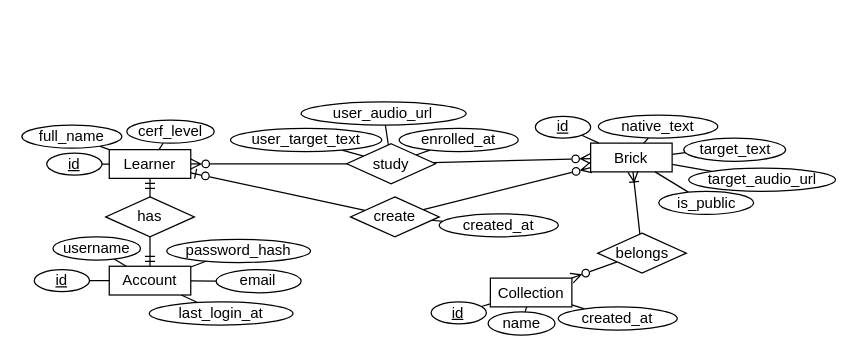
Above: database_design/erd_lisenare.drawio in hellophucnguyenhoang/lisenare (draw.io), before the change. Source tidied: cells renumbered, new cells numbered last; positions are measured from the earlier drawing's top-left corner, leaving out a move shared by most shapes. Both pictures are drawn from the tidied source at 125%, with x=0, y=0 at pixel (21, 101).
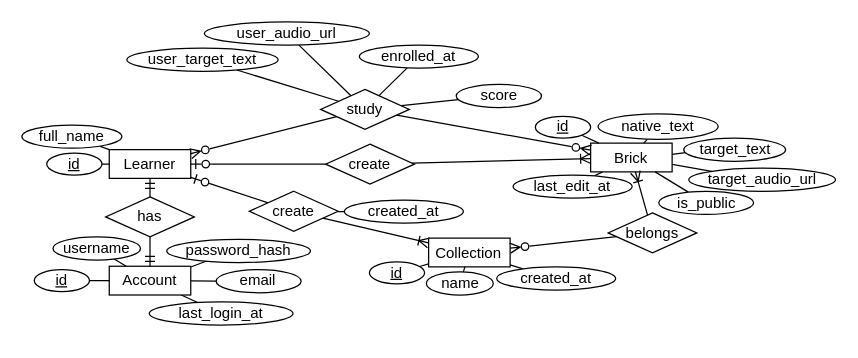
Above is the later version.

The change refers to these unchanged cells:
```xml
<mxCell id="2" value="Learner" style="whiteSpace=wrap;html=1;align=center;" parent="1" vertex="1">
  <mxGeometry x="69.9" y="38.2" width="65.2" height="23" as="geometry" />
</mxCell>
<mxCell id="9" value="Brick" style="whiteSpace=wrap;html=1;align=center;" parent="1" vertex="1">
  <mxGeometry x="455" y="33" width="65.2" height="23" as="geometry" />
</mxCell>
```

What changed in the source:
```diff
@@
-    <mxCell id="5" style="rounded=0;jettySize=auto;html=1;endArrow=none;endFill=0;" parent="1" edge="1" source="6" target="2">
-      <mxGeometry relative="1" as="geometry" />
-    </mxCell>
-    <mxCell id="6" value="cerf_level" style="ellipse;whiteSpace=wrap;html=1;align=center;" parent="1" vertex="1">
-      <mxGeometry x="83.9" y="14.5" width="70" height="18.5" as="geometry" />
-    </mxCell>
@@
+    <mxCell id="58" style="rounded=0;jettySize=auto;html=1;endArrow=none;endFill=0;" parent="1" edge="1" source="9" target="59">
+      <mxGeometry relative="1" as="geometry" />
+    </mxCell>
@@
     <mxCell id="11" value="native_text" style="ellipse;whiteSpace=wrap;html=1;align=center;" parent="1" vertex="1">
-      <mxGeometry x="461.2" y="10.5" width="95.5" height="18.5" as="geometry" />
+      <mxGeometry x="461" y="9.5" width="96" height="20.5" as="geometry" />
     </mxCell>
@@
     <mxCell id="25" value="study" style="shape=rhombus;perimeter=rhombusPerimeter;whiteSpace=wrap;html=1;align=center;" parent="1" vertex="1">
-      <mxGeometry x="259.9" y="33.5" width="71" height="32" as="geometry" />
+      <mxGeometry x="239" y="-10" width="71" height="32" as="geometry" />
     </mxCell>
     <mxCell id="26" value="user_target_text" style="ellipse;whiteSpace=wrap;html=1;align=center;" parent="1" vertex="1">
-      <mxGeometry x="166.9" y="21.2" width="121" height="18.5" as="geometry" />
+      <mxGeometry x="84" y="-43" width="121" height="18.5" as="geometry" />
     </mxCell>
     <mxCell id="27" value="user_audio_url" style="ellipse;whiteSpace=wrap;html=1;align=center;" parent="1" vertex="1">
-      <mxGeometry x="223.4" width="132" height="18.5" as="geometry" />
+      <mxGeometry x="146" y="-64" width="132" height="18.5" as="geometry" />
     </mxCell>
     <mxCell id="28" value="enrolled_at" style="ellipse;whiteSpace=wrap;html=1;align=center;" parent="1" vertex="1">
-      <mxGeometry x="301.9" y="21.2" width="95.2" height="18.5" as="geometry" />
+      <mxGeometry x="270" y="-45.5" width="95.2" height="18.5" as="geometry" />
     </mxCell>
@@
-    <mxCell id="30" style="rounded=0;jettySize=auto;html=1;endArrow=ERzeroToMany;endFill=0;" parent="1" edge="1" source="32" target="9">
+    <mxCell id="30" style="rounded=0;jettySize=auto;html=1;endArrow=ERoneToMany;endFill=0;" parent="1" edge="1" source="32" target="49">
       <mxGeometry relative="1" as="geometry" />
     </mxCell>
@@
     <mxCell id="32" value="create" style="shape=rhombus;perimeter=rhombusPerimeter;whiteSpace=wrap;html=1;align=center;" parent="1" vertex="1">
-      <mxGeometry x="262.9" y="76" width="71" height="32" as="geometry" />
+      <mxGeometry x="182" y="71.5" width="71" height="32" as="geometry" />
     </mxCell>
     <mxCell id="33" value="created_at" style="ellipse;whiteSpace=wrap;html=1;align=center;" parent="1" vertex="1">
-      <mxGeometry x="333.9" y="89.5" width="95.2" height="18.5" as="geometry" />
+      <mxGeometry x="258" y="78.5" width="95.2" height="18.5" as="geometry" />
     </mxCell>
@@
     <mxCell id="49" value="Collection" style="whiteSpace=wrap;html=1;align=center;" parent="1" vertex="1">
-      <mxGeometry x="374.8" y="141" width="65.2" height="23" as="geometry" />
+      <mxGeometry x="325.4" y="109" width="65.2" height="23" as="geometry" />
     </mxCell>
@@
     <mxCell id="51" value="name" style="ellipse;whiteSpace=wrap;html=1;align=center;" parent="1" vertex="1">
-      <mxGeometry x="373" y="168" width="53.5" height="18.5" as="geometry" />
+      <mxGeometry x="323.6" y="136" width="53.5" height="18.5" as="geometry" />
     </mxCell>
@@
     <mxCell id="53" value="id" style="ellipse;whiteSpace=wrap;html=1;align=center;fontStyle=4;" parent="1" vertex="1">
-      <mxGeometry x="327.4" y="160" width="44.2" height="17.5" as="geometry" />
+      <mxGeometry x="278" y="128" width="44.2" height="17.5" as="geometry" />
     </mxCell>
@@
     <mxCell id="56" value="belongs" style="shape=rhombus;perimeter=rhombusPerimeter;whiteSpace=wrap;html=1;align=center;" parent="1" vertex="1">
-      <mxGeometry x="460.6" y="105" width="71" height="32" as="geometry" />
+      <mxGeometry x="469" y="88.8" width="71" height="32" as="geometry" />
     </mxCell>
     <mxCell id="57" value="created_at" style="ellipse;whiteSpace=wrap;html=1;align=center;" parent="1" vertex="1">
-      <mxGeometry x="429.1" y="164" width="95.2" height="18.5" as="geometry" />
+      <mxGeometry x="379.8" y="132" width="95.2" height="18.5" as="geometry" />
     </mxCell>
+    <mxCell id="59" value="last_edit_at" style="ellipse;whiteSpace=wrap;html=1;align=center;" parent="1" vertex="1">
+      <mxGeometry x="393" y="58.5" width="95.2" height="18.5" as="geometry" />
+    </mxCell>
+    <mxCell id="60" style="rounded=0;jettySize=auto;html=1;endArrow=none;endFill=0;" parent="1" edge="1" source="61" target="25">
+      <mxGeometry relative="1" as="geometry" />
+    </mxCell>
+    <mxCell id="61" value="score" style="ellipse;whiteSpace=wrap;html=1;align=center;" parent="1" vertex="1">
+      <mxGeometry x="347.5" y="-14" width="68.2" height="18.5" as="geometry" />
+    </mxCell>
+    <mxCell id="62" style="rounded=0;jettySize=auto;html=1;endArrow=ERzeroToOne;endFill=0;" parent="1" edge="1" source="64" target="2">
+      <mxGeometry relative="1" as="geometry" />
+    </mxCell>
+    <mxCell id="63" style="rounded=0;jettySize=auto;html=1;endArrow=ERoneToMany;endFill=0;" parent="1" edge="1" source="64" target="9">
+      <mxGeometry relative="1" as="geometry" />
+    </mxCell>
+    <mxCell id="64" value="create" style="shape=rhombus;perimeter=rhombusPerimeter;whiteSpace=wrap;html=1;align=center;" parent="1" vertex="1">
+      <mxGeometry x="243" y="33.8" width="71" height="32" as="geometry" />
+    </mxCell>
```
